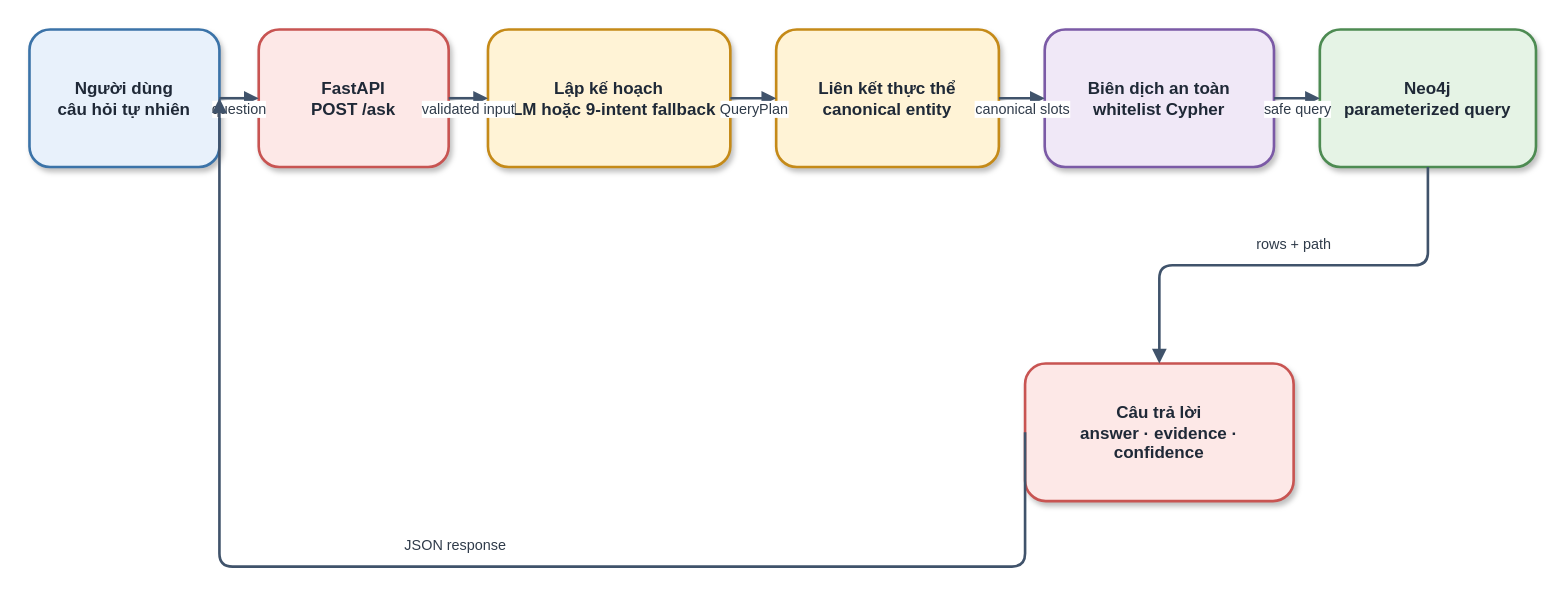
The draw.io diagram report_latex/images/sources/qa_sequence.drawio in khanhhk/advanced_database, before the edit. Source tidied: cells renumbered, new cells numbered last; positions are measured from the earlier drawing's top-left corner, leaving out a move shared by most shapes. Both pictures are drawn from the tidied source at 131%, with x=0, y=0 at pixel (29, 29).
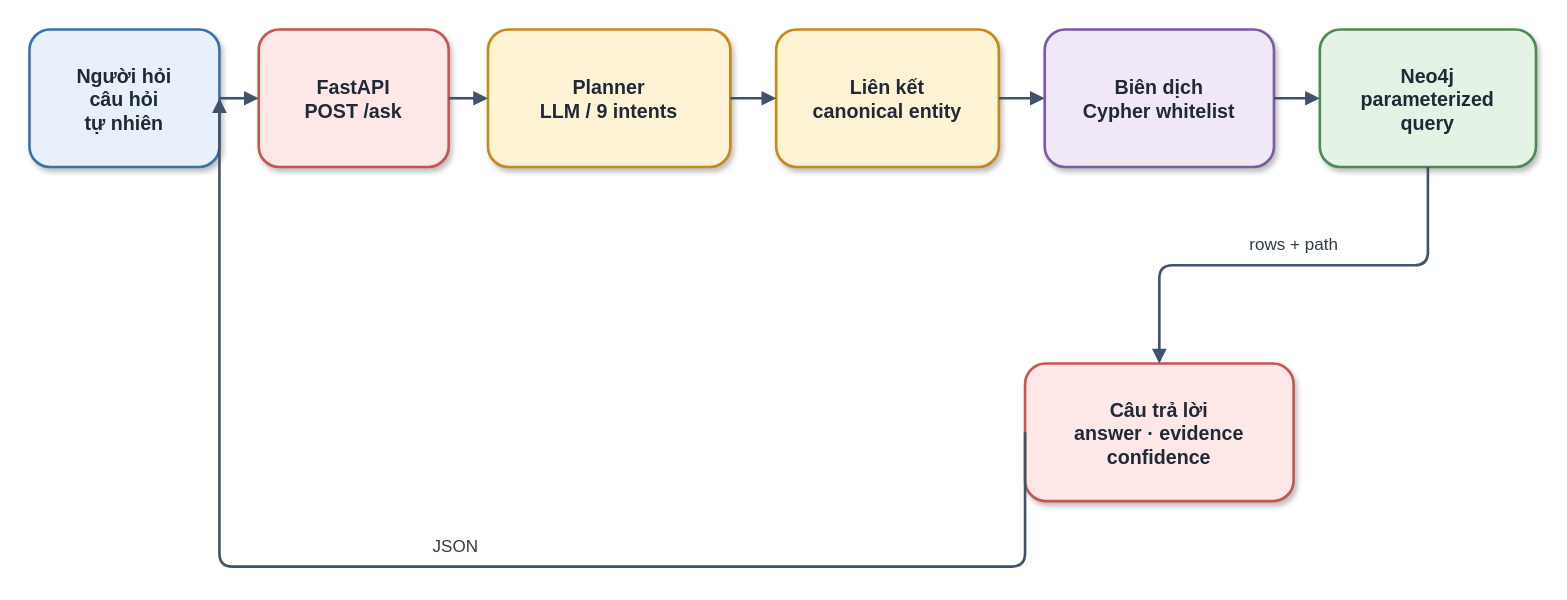
Above is the later version.

Change to the diagram source:
```diff
@@
 <mxGraphModel>
   <root>
     <mxCell id="0" />
     <mxCell id="1" parent="0" />
-    <mxCell id="2" value="Người dùng&#10;câu hỏi tự nhiên" style="rounded=1;whiteSpace=wrap;html=1;fillColor=#E8F1FB;strokeColor=#3B73A8;strokeWidth=2;fontSize=13;fontColor=#1F2937;fontStyle=1;spacing=8;shadow=1;" parent="1" vertex="1">
+    <mxCell id="2" value="Người hỏi&#10;câu hỏi&#10;tự nhiên" style="rounded=1;whiteSpace=wrap;html=1;fillColor=#E8F1FB;strokeColor=#3B73A8;strokeWidth=2;fontSize=15;fontColor=#1F2937;fontStyle=1;spacing=8;shadow=1;" parent="1" vertex="1">
       <mxGeometry width="145" height="105" as="geometry" />
     </mxCell>
-    <mxCell id="3" value="FastAPI&#10;POST /ask" style="rounded=1;whiteSpace=wrap;html=1;fillColor=#FDE8E7;strokeColor=#C85452;strokeWidth=2;fontSize=13;fontColor=#1F2937;fontStyle=1;spacing=8;shadow=1;" parent="1" vertex="1">
+    <mxCell id="3" value="FastAPI&#10;POST /ask" style="rounded=1;whiteSpace=wrap;html=1;fillColor=#FDE8E7;strokeColor=#C85452;strokeWidth=2;fontSize=15;fontColor=#1F2937;fontStyle=1;spacing=8;shadow=1;" parent="1" vertex="1">
       <mxGeometry x="175" width="145" height="105" as="geometry" />
     </mxCell>
-    <mxCell id="4" value="Lập kế hoạch&#10;LLM hoặc 9-intent fallback" style="rounded=1;whiteSpace=wrap;html=1;fillColor=#FFF3D6;strokeColor=#C58A18;strokeWidth=2;fontSize=13;fontColor=#1F2937;fontStyle=1;spacing=8;shadow=1;" parent="1" vertex="1">
+    <mxCell id="4" value="Planner&#10;LLM / 9 intents" style="rounded=1;whiteSpace=wrap;html=1;fillColor=#FFF3D6;strokeColor=#C58A18;strokeWidth=2;fontSize=15;fontColor=#1F2937;fontStyle=1;spacing=8;shadow=1;" parent="1" vertex="1">
       <mxGeometry x="350" width="185" height="105" as="geometry" />
     </mxCell>
-    <mxCell id="5" value="Liên kết thực thể&#10;canonical entity" style="rounded=1;whiteSpace=wrap;html=1;fillColor=#FFF3D6;strokeColor=#C58A18;strokeWidth=2;fontSize=13;fontColor=#1F2937;fontStyle=1;spacing=8;shadow=1;" parent="1" vertex="1">
+    <mxCell id="5" value="Liên kết&#10;canonical entity" style="rounded=1;whiteSpace=wrap;html=1;fillColor=#FFF3D6;strokeColor=#C58A18;strokeWidth=2;fontSize=15;fontColor=#1F2937;fontStyle=1;spacing=8;shadow=1;" parent="1" vertex="1">
       <mxGeometry x="570" width="170" height="105" as="geometry" />
     </mxCell>
-    <mxCell id="6" value="Biên dịch an toàn&#10;whitelist Cypher" style="rounded=1;whiteSpace=wrap;html=1;fillColor=#F0E8F7;strokeColor=#7B5AA6;strokeWidth=2;fontSize=13;fontColor=#1F2937;fontStyle=1;spacing=8;shadow=1;" parent="1" vertex="1">
+    <mxCell id="6" value="Biên dịch&#10;Cypher whitelist" style="rounded=1;whiteSpace=wrap;html=1;fillColor=#F0E8F7;strokeColor=#7B5AA6;strokeWidth=2;fontSize=15;fontColor=#1F2937;fontStyle=1;spacing=8;shadow=1;" parent="1" vertex="1">
       <mxGeometry x="775" width="175" height="105" as="geometry" />
     </mxCell>
-    <mxCell id="7" value="Neo4j&#10;parameterized query" style="rounded=1;whiteSpace=wrap;html=1;fillColor=#E5F3E5;strokeColor=#4D8B52;strokeWidth=2;fontSize=13;fontColor=#1F2937;fontStyle=1;spacing=8;shadow=1;" parent="1" vertex="1">
+    <mxCell id="7" value="Neo4j&#10;parameterized&#10;query" style="rounded=1;whiteSpace=wrap;html=1;fillColor=#E5F3E5;strokeColor=#4D8B52;strokeWidth=2;fontSize=15;fontColor=#1F2937;fontStyle=1;spacing=8;shadow=1;" parent="1" vertex="1">
       <mxGeometry x="985" width="165" height="105" as="geometry" />
     </mxCell>
-    <mxCell id="8" value="Câu trả lời&#10;answer · evidence · confidence" style="rounded=1;whiteSpace=wrap;html=1;fillColor=#FDE8E7;strokeColor=#C85452;strokeWidth=2;fontSize=13;fontColor=#1F2937;fontStyle=1;spacing=8;shadow=1;" parent="1" vertex="1">
+    <mxCell id="8" value="Câu trả lời&#10;answer · evidence&#10;confidence" style="rounded=1;whiteSpace=wrap;html=1;fillColor=#FDE8E7;strokeColor=#C85452;strokeWidth=2;fontSize=15;fontColor=#1F2937;fontStyle=1;spacing=8;shadow=1;" parent="1" vertex="1">
       <mxGeometry x="760" y="255" width="205" height="105" as="geometry" />
     </mxCell>
-    <mxCell id="9" value="question" style="edgeStyle=orthogonalEdgeStyle;rounded=1;jettySize=auto;html=1;endArrow=block;endFill=1;strokeColor=#40536B;strokeWidth=2;fontSize=11;fontColor=#2F3B4A;labelBackgroundColor=#FFFFFF;spacingBottom=8;exitX=1;exitY=0.5;exitDx=0;exitDy=0;entryX=0;entryY=0.5;entryDx=0;entryDy=0;" parent="1" edge="1" source="2" target="3">
+    <mxCell id="9" style="edgeStyle=orthogonalEdgeStyle;rounded=1;jettySize=auto;html=1;endArrow=block;endFill=1;strokeColor=#40536B;strokeWidth=2;fontSize=13;fontColor=#2F3B4A;labelBackgroundColor=#FFFFFF;spacingBottom=8;exitX=1;exitY=0.5;exitDx=0;exitDy=0;entryX=0;entryY=0.5;entryDx=0;entryDy=0;" parent="1" edge="1" source="2" target="3">
       <mxGeometry y="-12" relative="1" as="geometry" />
     </mxCell>
-    <mxCell id="10" value="validated input" style="edgeStyle=orthogonalEdgeStyle;rounded=1;jettySize=auto;html=1;endArrow=block;endFill=1;strokeColor=#40536B;strokeWidth=2;fontSize=11;fontColor=#2F3B4A;labelBackgroundColor=#FFFFFF;spacingBottom=8;exitX=1;exitY=0.5;exitDx=0;exitDy=0;entryX=0;entryY=0.5;entryDx=0;entryDy=0;" parent="1" edge="1" source="3" target="4">
+    <mxCell id="10" style="edgeStyle=orthogonalEdgeStyle;rounded=1;jettySize=auto;html=1;endArrow=block;endFill=1;strokeColor=#40536B;strokeWidth=2;fontSize=13;fontColor=#2F3B4A;labelBackgroundColor=#FFFFFF;spacingBottom=8;exitX=1;exitY=0.5;exitDx=0;exitDy=0;entryX=0;entryY=0.5;entryDx=0;entryDy=0;" parent="1" edge="1" source="3" target="4">
       <mxGeometry y="-12" relative="1" as="geometry" />
     </mxCell>
-    <mxCell id="11" value="QueryPlan" style="edgeStyle=orthogonalEdgeStyle;rounded=1;jettySize=auto;html=1;endArrow=block;endFill=1;strokeColor=#40536B;strokeWidth=2;fontSize=11;fontColor=#2F3B4A;labelBackgroundColor=#FFFFFF;spacingBottom=8;exitX=1;exitY=0.5;exitDx=0;exitDy=0;entryX=0;entryY=0.5;entryDx=0;entryDy=0;" parent="1" edge="1" source="4" target="5">
+    <mxCell id="11" style="edgeStyle=orthogonalEdgeStyle;rounded=1;jettySize=auto;html=1;endArrow=block;endFill=1;strokeColor=#40536B;strokeWidth=2;fontSize=13;fontColor=#2F3B4A;labelBackgroundColor=#FFFFFF;spacingBottom=8;exitX=1;exitY=0.5;exitDx=0;exitDy=0;entryX=0;entryY=0.5;entryDx=0;entryDy=0;" parent="1" edge="1" source="4" target="5">
       <mxGeometry y="-12" relative="1" as="geometry" />
     </mxCell>
-    <mxCell id="12" value="canonical slots" style="edgeStyle=orthogonalEdgeStyle;rounded=1;jettySize=auto;html=1;endArrow=block;endFill=1;strokeColor=#40536B;strokeWidth=2;fontSize=11;fontColor=#2F3B4A;labelBackgroundColor=#FFFFFF;spacingBottom=8;exitX=1;exitY=0.5;exitDx=0;exitDy=0;entryX=0;entryY=0.5;entryDx=0;entryDy=0;" parent="1" edge="1" source="5" target="6">
+    <mxCell id="12" style="edgeStyle=orthogonalEdgeStyle;rounded=1;jettySize=auto;html=1;endArrow=block;endFill=1;strokeColor=#40536B;strokeWidth=2;fontSize=13;fontColor=#2F3B4A;labelBackgroundColor=#FFFFFF;spacingBottom=8;exitX=1;exitY=0.5;exitDx=0;exitDy=0;entryX=0;entryY=0.5;entryDx=0;entryDy=0;" parent="1" edge="1" source="5" target="6">
       <mxGeometry y="-12" relative="1" as="geometry" />
     </mxCell>
-    <mxCell id="13" value="safe query" style="edgeStyle=orthogonalEdgeStyle;rounded=1;jettySize=auto;html=1;endArrow=block;endFill=1;strokeColor=#40536B;strokeWidth=2;fontSize=11;fontColor=#2F3B4A;labelBackgroundColor=#FFFFFF;spacingBottom=8;exitX=1;exitY=0.5;exitDx=0;exitDy=0;entryX=0;entryY=0.5;entryDx=0;entryDy=0;" parent="1" edge="1" source="6" target="7">
+    <mxCell id="13" style="edgeStyle=orthogonalEdgeStyle;rounded=1;jettySize=auto;html=1;endArrow=block;endFill=1;strokeColor=#40536B;strokeWidth=2;fontSize=13;fontColor=#2F3B4A;labelBackgroundColor=#FFFFFF;spacingBottom=8;exitX=1;exitY=0.5;exitDx=0;exitDy=0;entryX=0;entryY=0.5;entryDx=0;entryDy=0;" parent="1" edge="1" source="6" target="7">
       <mxGeometry y="-12" relative="1" as="geometry" />
     </mxCell>
-    <mxCell id="14" value="rows + path" style="edgeStyle=orthogonalEdgeStyle;rounded=1;jettySize=auto;html=1;endArrow=block;endFill=1;strokeColor=#40536B;strokeWidth=2;fontSize=11;fontColor=#2F3B4A;labelBackgroundColor=#FFFFFF;spacingBottom=8;exitX=0.5;exitY=1;exitDx=0;exitDy=0;entryX=0.5;entryY=0;entryDx=0;entryDy=0;" parent="1" edge="1" source="7" target="8">
+    <mxCell id="14" value="rows + path" style="edgeStyle=orthogonalEdgeStyle;rounded=1;jettySize=auto;html=1;endArrow=block;endFill=1;strokeColor=#40536B;strokeWidth=2;fontSize=13;fontColor=#2F3B4A;labelBackgroundColor=#FFFFFF;spacingBottom=8;exitX=0.5;exitY=1;exitDx=0;exitDy=0;entryX=0.5;entryY=0;entryDx=0;entryDy=0;" parent="1" edge="1" source="7" target="8">
       <mxGeometry y="-12" relative="1" as="geometry">
         <Array as="points">
           <mxPoint x="1067" y="180" />
           <mxPoint x="863" y="180" />
         </Array>
       </mxGeometry>
     </mxCell>
-    <mxCell id="15" value="JSON response" style="edgeStyle=orthogonalEdgeStyle;rounded=1;jettySize=auto;html=1;endArrow=block;endFill=1;strokeColor=#40536B;strokeWidth=2;fontSize=11;fontColor=#2F3B4A;labelBackgroundColor=#FFFFFF;spacingBottom=8;exitX=0;exitY=0.5;exitDx=0;exitDy=0;entryX=1;entryY=0.5;entryDx=0;entryDy=0;" parent="1" edge="1" source="8" target="2">
+    <mxCell id="15" value="JSON" style="edgeStyle=orthogonalEdgeStyle;rounded=1;jettySize=auto;html=1;endArrow=block;endFill=1;strokeColor=#40536B;strokeWidth=2;fontSize=13;fontColor=#2F3B4A;labelBackgroundColor=#FFFFFF;spacingBottom=8;exitX=0;exitY=0.5;exitDx=0;exitDy=0;entryX=1;entryY=0.5;entryDx=0;entryDy=0;" parent="1" edge="1" source="8" target="2">
       <mxGeometry y="-12" relative="1" as="geometry">
         <Array as="points">
           <mxPoint x="655" y="410" />
           <mxPoint x="70" y="410" />
         </Array>
       </mxGeometry>
     </mxCell>
   </root>
 </mxGraphModel>
```
